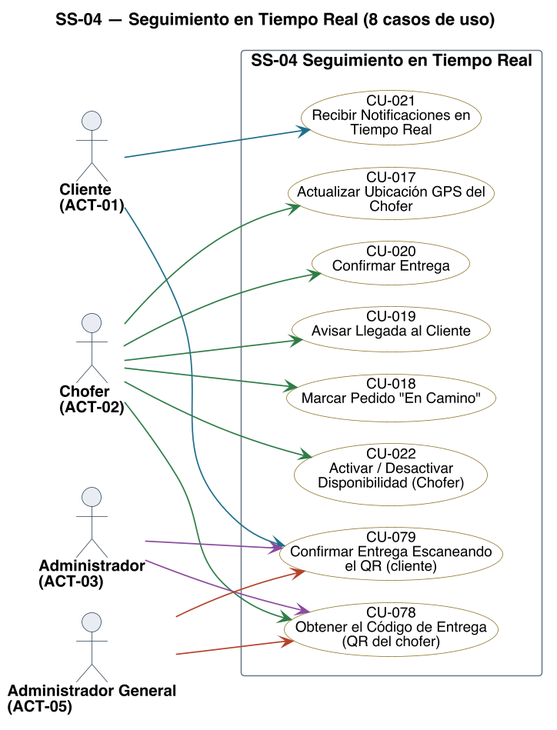
This is diagramas/uml/CU_SS-04_Seguimiento-En-Tiempo-Real.png from Nahuelito-Dev/splg-docs, a PlantUML export, as it was before one commit.
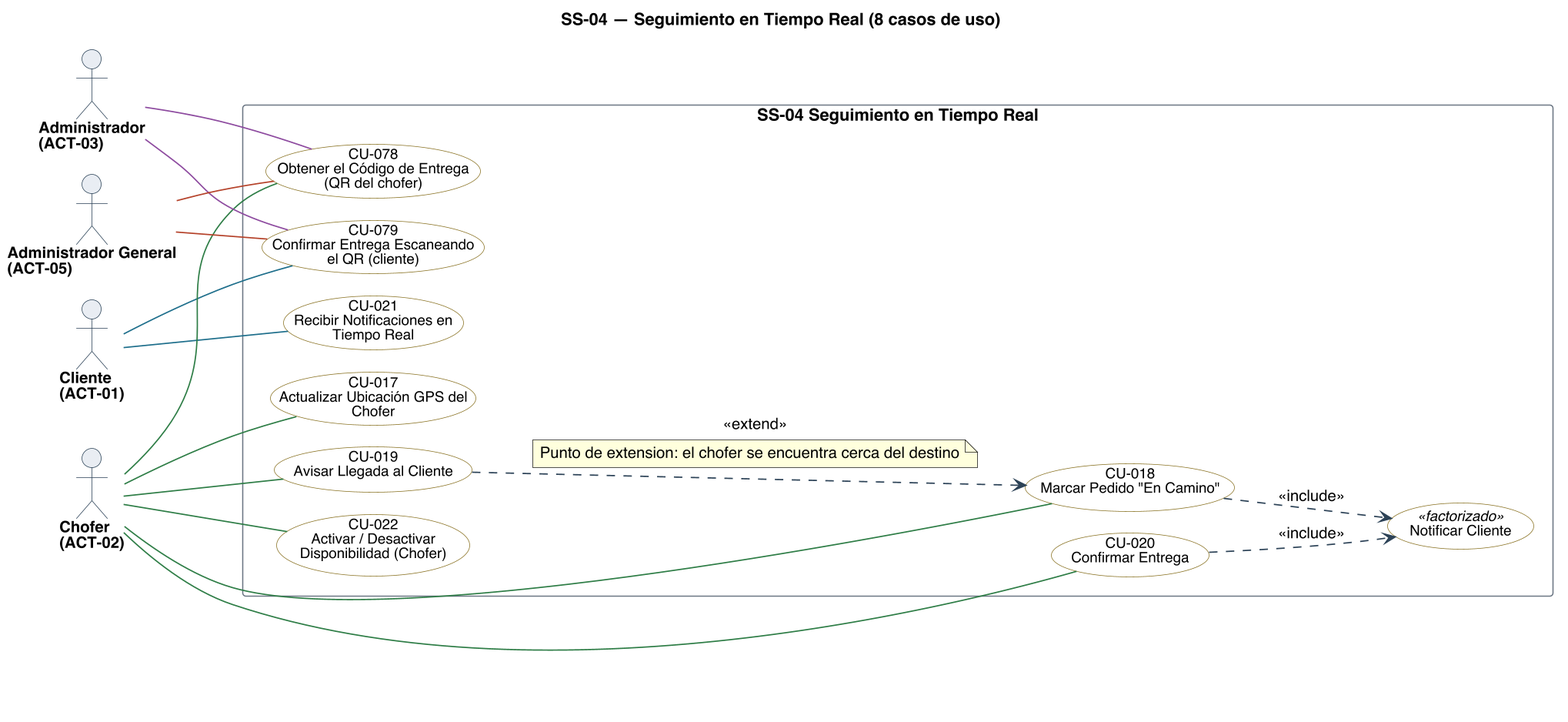
After the change.

What changed in the source:
```diff
@@ -30,6 +30,8 @@
 skinparam usecase {
   BorderColor<<pendiente>> #9C4436
   BackgroundColor<<pendiente>> #F6E4E1
+  BorderColor<<factorizado>> #6B7683
+  BackgroundColor<<factorizado>> #F2F4F6
 }
 
 actor "Cliente\n(ACT-01)" as A01
@@ -46,19 +48,28 @@
   usecase "CU-022\nActivar / Desactivar\nDisponibilidad (Chofer)" as U022 #back:FFFFFF;line:8A7326
   usecase "CU-078\nObtener el Código de Entrega\n(QR del chofer)" as U078 #back:FFFFFF;line:8A7326
   usecase "CU-079\nConfirmar Entrega Escaneando\nel QR (cliente)" as U079 #back:FFFFFF;line:8A7326
+  usecase "Notificar Cliente" as F_AVISO <<factorizado>> #back:FFFFFF;line:8A7326
 }
 
-A01 -[#1F6F8B]-> U021
-A01 -[#1F6F8B]-> U079
-A02 -[#2E7D46]-> U017
-A02 -[#2E7D46]-> U018
-A02 -[#2E7D46]-> U019
-A02 -[#2E7D46]-> U020
-A02 -[#2E7D46]-> U022
-A02 -[#2E7D46]-> U078
-A03 -[#8C4A9E]-> U078
-A03 -[#8C4A9E]-> U079
-A05 -[#B4432B]-> U078
-A05 -[#B4432B]-> U079
+A01 -[#1F6F8B]- U021
+A01 -[#1F6F8B]- U079
+A02 -[#2E7D46]- U017
+A02 -[#2E7D46]- U018
+A02 -[#2E7D46]- U019
+A02 -[#2E7D46]- U020
+A02 -[#2E7D46]- U022
+A02 -[#2E7D46]- U078
+A03 -[#8C4A9E]- U078
+A03 -[#8C4A9E]- U079
+A05 -[#B4432B]- U078
+A05 -[#B4432B]- U079
+
+U018 ..> F_AVISO : <<include>>
+U020 ..> F_AVISO : <<include>>
+
+U019 ..> U018 : <<extend>>
+note on link
+  Punto de extension: el chofer se encuentra cerca del destino
+end note
 
 @enduml
```
